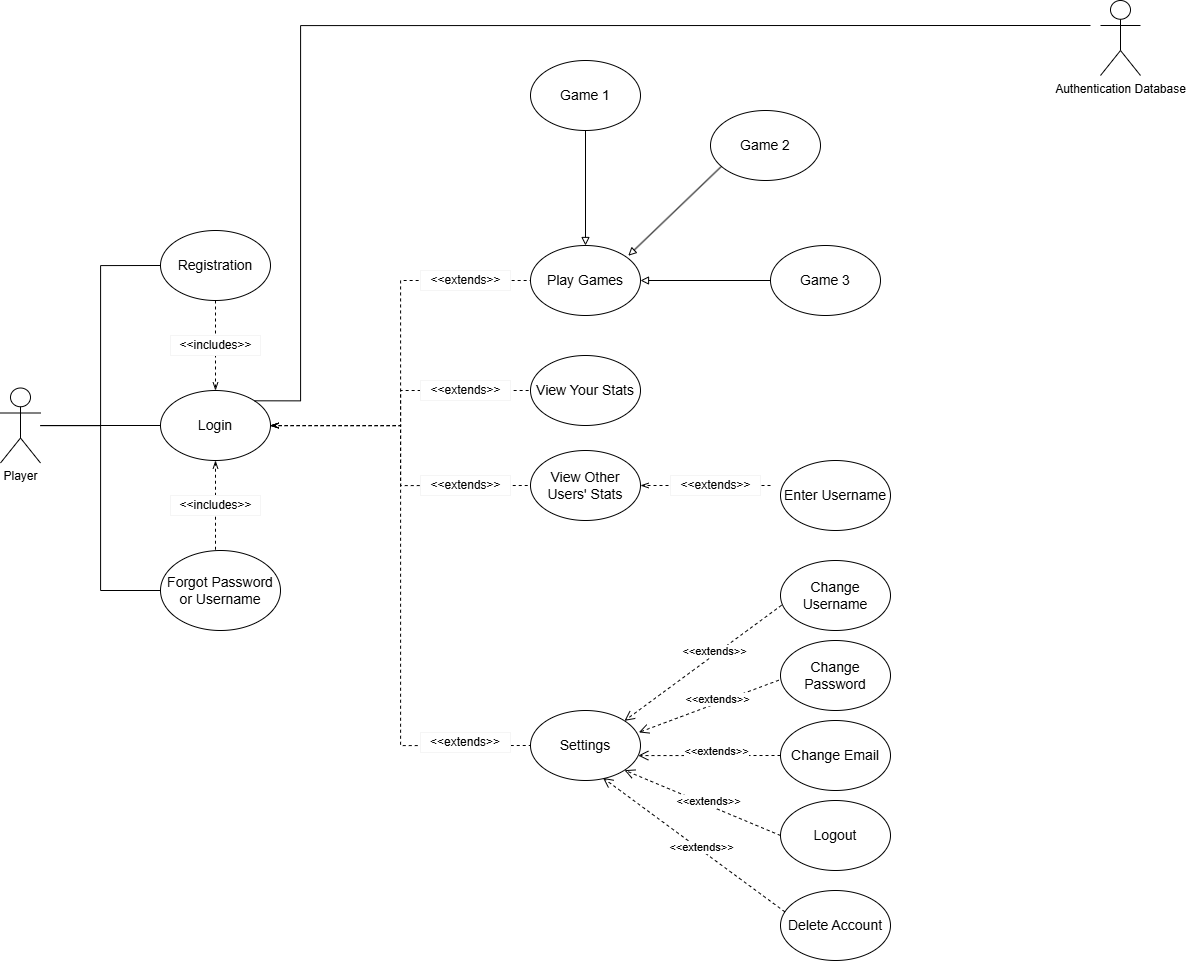
The draw.io diagram use_case_diagram.drawio.png in farshadislam/Socketed-Multigame-GUI, before a commit. Source tidied: cells renumbered, new cells last; positions are measured from the earlier drawing's top-left corner, leaving out a move shared by most shapes.
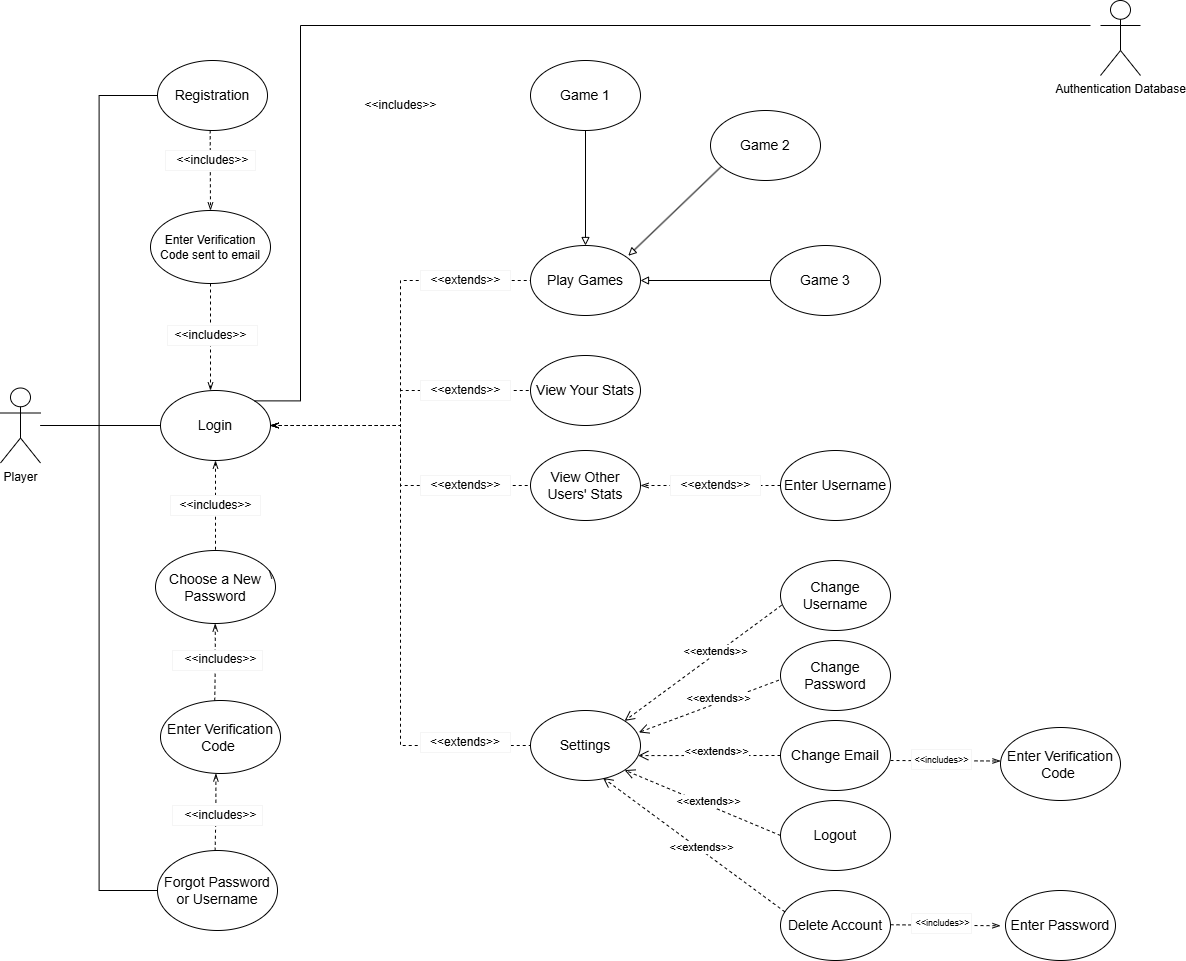
After the change.

Commit message:
Edited the use case diagram with new use cases

Change to the diagram source:
```diff
@@ -29,33 +29,23 @@
     <mxCell id="10" value="&lt;font style=&quot;font-size: 14px;&quot;&gt;Login&lt;/font&gt;" style="ellipse;whiteSpace=wrap;html=1;" parent="1" vertex="1">
       <mxGeometry x="160" y="390" width="110" height="70" as="geometry" />
     </mxCell>
-    <mxCell id="11" style="edgeStyle=orthogonalEdgeStyle;rounded=0;jettySize=auto;html=1;endArrow=openThin;endFill=0;dashed=1;" parent="1" edge="1" source="12" target="10">
-      <mxGeometry relative="1" as="geometry" />
+    <mxCell id="11" style="edgeStyle=orthogonalEdgeStyle;rounded=0;jettySize=auto;html=1;endArrow=openThin;endFill=0;dashed=1;" parent="1" edge="1" source="62">
+      <mxGeometry relative="1" as="geometry">
+        <mxPoint x="210" y="390" as="targetPoint" />
+      </mxGeometry>
     </mxCell>
     <mxCell id="12" value="&lt;font style=&quot;font-size: 14px;&quot;&gt;Registration&lt;/font&gt;" style="ellipse;whiteSpace=wrap;html=1;" parent="1" vertex="1">
-      <mxGeometry x="160" y="230" width="110" height="70" as="geometry" />
+      <mxGeometry x="157" y="60" width="110" height="70" as="geometry" />
     </mxCell>
     <mxCell id="13" value="&lt;font style=&quot;font-size: 14px;&quot;&gt;Forgot Password or Username&lt;/font&gt;" style="ellipse;whiteSpace=wrap;html=1;" parent="1" vertex="1">
-      <mxGeometry x="160" y="550" width="120" height="80" as="geometry" />
+      <mxGeometry x="157" y="850" width="120" height="80" as="geometry" />
     </mxCell>
-    <mxCell id="14" style="rounded=0;whiteSpace=wrap;html=1;shadow=0;fillColor=light-dark(#FFFFFF,var(--ge-dark-color, #121212));strokeColor=light-dark(#F5F5F5,#FFFFFF);" parent="1" vertex="1">
-      <mxGeometry x="170" y="335" width="90" height="20" as="geometry" />
-    </mxCell>
-    <mxCell id="15" value="&amp;lt;&amp;lt;includes&amp;gt;&amp;gt;" style="text;html=1;align=center;verticalAlign=middle;strokeColor=none;fillColor=none;" parent="1" vertex="1">
-      <mxGeometry x="165" y="330" width="100" height="30" as="geometry" />
-    </mxCell>
     <mxCell id="16" style="edgeStyle=orthogonalEdgeStyle;rounded=0;orthogonalLoop=1;jettySize=auto;html=1;endArrow=none;endFill=0;dashed=1;startArrow=openThin;startFill=0;" parent="1" edge="1">
       <mxGeometry relative="1" as="geometry">
         <mxPoint x="215" y="460" as="sourcePoint" />
         <mxPoint x="215" y="550" as="targetPoint" />
       </mxGeometry>
     </mxCell>
-    <mxCell id="17" style="rounded=0;whiteSpace=wrap;html=1;shadow=0;fillColor=light-dark(#FFFFFF,var(--ge-dark-color, #121212));strokeColor=light-dark(#F5F5F5,#FFFFFF);" parent="1" vertex="1">
-      <mxGeometry x="170" y="495" width="90" height="20" as="geometry" />
-    </mxCell>
-    <mxCell id="18" value="&amp;lt;&amp;lt;includes&amp;gt;&amp;gt;" style="text;html=1;align=center;verticalAlign=middle;strokeColor=none;fillColor=none;" parent="1" vertex="1">
-      <mxGeometry x="165" y="490" width="100" height="30" as="geometry" />
-    </mxCell>
     <mxCell id="19" style="edgeStyle=orthogonalEdgeStyle;rounded=0;jettySize=auto;html=1;entryX=0.5;entryY=1;entryDx=0;entryDy=0;endArrow=none;startFill=0;startArrow=block;" parent="1" edge="1" source="20" target="31">
       <mxGeometry relative="1" as="geometry" />
     </mxCell>
@@ -124,9 +114,8 @@
     <mxCell id="38" value="&lt;span style=&quot;font-size: 14px;&quot;&gt;Change Username&lt;/span&gt;" style="ellipse;whiteSpace=wrap;html=1;" parent="1" vertex="1">
       <mxGeometry x="780" y="560" width="110" height="70" as="geometry" />
     </mxCell>
-    <mxCell id="39" style="edgeStyle=orthogonalEdgeStyle;rounded=0;orthogonalLoop=1;jettySize=auto;html=1;entryX=1;entryY=0.5;entryDx=0;entryDy=0;dashed=1;endArrow=openThin;startFill=0;startArrow=none;endFill=0;" parent="1" edge="1">
+    <mxCell id="39" style="edgeStyle=orthogonalEdgeStyle;rounded=0;jettySize=auto;html=1;entryX=1;entryY=0.5;entryDx=0;entryDy=0;dashed=1;endArrow=openThin;startFill=0;startArrow=none;endFill=0;exitX=0;exitY=0.5;exitDx=0;exitDy=0;" parent="1" edge="1" source="42">
       <mxGeometry relative="1" as="geometry">
-        <mxPoint x="770" y="485" as="sourcePoint" />
         <mxPoint x="640" y="485" as="targetPoint" />
       </mxGeometry>
     </mxCell>
@@ -137,7 +126,7 @@
       <mxGeometry x="670" y="470" width="90" height="30" as="geometry" />
     </mxCell>
     <mxCell id="42" value="&lt;span style=&quot;font-size: 14px;&quot;&gt;Enter Username&lt;/span&gt;" style="ellipse;whiteSpace=wrap;html=1;" parent="1" vertex="1">
-      <mxGeometry x="780" y="460" width="110" height="70" as="geometry" />
+      <mxGeometry x="780" y="450" width="110" height="70" as="geometry" />
     </mxCell>
     <mxCell id="43" value="&amp;lt;&amp;lt;extends&amp;gt;&amp;gt;" style="html=1;verticalAlign=bottom;endArrow=open;dashed=1;endSize=8;curved=0;rounded=0;exitX=0.01;exitY=0.639;exitDx=0;exitDy=0;entryX=1;entryY=0;entryDx=0;entryDy=0;exitPerimeter=0;" parent="1" edge="1" source="38" target="23">
       <mxGeometry x="-0.11" y="5" relative="1" as="geometry" />
@@ -166,5 +155,106 @@
     <mxCell id="51" value="&amp;lt;&amp;lt;extends&amp;gt;&amp;gt;" style="html=1;verticalAlign=bottom;endArrow=open;dashed=1;endSize=8;curved=0;rounded=0;exitX=0.041;exitY=0.306;exitDx=0;exitDy=0;entryX=0.659;entryY=0.963;entryDx=0;entryDy=0;entryPerimeter=0;exitPerimeter=0;" parent="1" edge="1" source="50" target="23">
       <mxGeometry x="-0.11" y="5" relative="1" as="geometry" />
     </mxCell>
+    <mxCell id="52" style="edgeStyle=orthogonalEdgeStyle;rounded=0;jettySize=auto;html=1;exitX=1;exitY=1;exitDx=0;exitDy=0;" parent="1" edge="1" source="53">
+      <mxGeometry relative="1" as="geometry">
+        <mxPoint x="262.8" y="740" as="targetPoint" />
+      </mxGeometry>
+    </mxCell>
+    <mxCell id="53" value="&lt;font style=&quot;font-size: 14px;&quot;&gt;Enter Verification Code&amp;nbsp;&lt;/font&gt;" style="ellipse;whiteSpace=wrap;html=1;" parent="1" vertex="1">
+      <mxGeometry x="160" y="700" width="120" height="73" as="geometry" />
+    </mxCell>
+    <mxCell id="54" value="&lt;font style=&quot;font-size: 14px;&quot;&gt;Choose a New Password&lt;/font&gt;" style="ellipse;whiteSpace=wrap;html=1;" parent="1" vertex="1">
+      <mxGeometry x="155" y="550" width="120" height="73" as="geometry" />
+    </mxCell>
+    <mxCell id="55" style="edgeStyle=orthogonalEdgeStyle;rounded=0;jettySize=auto;html=1;endArrow=none;endFill=0;dashed=1;startArrow=openThin;startFill=0;entryX=0.452;entryY=0;entryDx=0;entryDy=0;entryPerimeter=0;" parent="1" edge="1" target="53">
+      <mxGeometry relative="1" as="geometry">
+        <mxPoint x="214.8" y="623" as="sourcePoint" />
+        <Array as="points">
+          <mxPoint x="215" y="663" />
+          <mxPoint x="214" y="663" />
+        </Array>
+      </mxGeometry>
+    </mxCell>
+    <mxCell id="56" value="\" style="text;html=1;align=center;verticalAlign=middle;strokeColor=none;fillColor=none;" parent="1" vertex="1">
+      <mxGeometry x="255" y="560" width="30" height="30" as="geometry" />
+    </mxCell>
+    <mxCell id="17" style="rounded=0;whiteSpace=wrap;html=1;shadow=0;fillColor=light-dark(#FFFFFF,var(--ge-dark-color, #121212));strokeColor=light-dark(#F5F5F5,#FFFFFF);" parent="1" vertex="1">
+      <mxGeometry x="170" y="495" width="90" height="20" as="geometry" />
+    </mxCell>
+    <mxCell id="18" value="&amp;lt;&amp;lt;includes&amp;gt;&amp;gt;" style="text;html=1;align=center;verticalAlign=middle;strokeColor=none;fillColor=none;" parent="1" vertex="1">
+      <mxGeometry x="165" y="490" width="100" height="30" as="geometry" />
+    </mxCell>
+    <mxCell id="57" style="rounded=0;whiteSpace=wrap;html=1;shadow=0;fillColor=light-dark(#FFFFFF,var(--ge-dark-color, #121212));strokeColor=light-dark(#F5F5F5,#FFFFFF);" parent="1" vertex="1">
+      <mxGeometry x="172" y="650" width="90" height="20" as="geometry" />
+    </mxCell>
+    <mxCell id="58" value="&amp;lt;&amp;lt;includes&amp;gt;&amp;gt;" style="text;html=1;align=center;verticalAlign=middle;strokeColor=none;fillColor=none;" parent="1" vertex="1">
+      <mxGeometry x="170" y="644" width="100" height="30" as="geometry" />
+    </mxCell>
+    <mxCell id="59" style="edgeStyle=orthogonalEdgeStyle;rounded=0;orthogonalLoop=1;jettySize=auto;html=1;endArrow=none;endFill=0;dashed=1;startArrow=openThin;startFill=0;entryX=0.452;entryY=0;entryDx=0;entryDy=0;entryPerimeter=0;" parent="1" edge="1">
+      <mxGeometry relative="1" as="geometry">
+        <mxPoint x="215.4" y="773" as="sourcePoint" />
+        <mxPoint x="214.6" y="850" as="targetPoint" />
+        <Array as="points">
+          <mxPoint x="215.6" y="813" />
+          <mxPoint x="214.6" y="813" />
+        </Array>
+      </mxGeometry>
+    </mxCell>
+    <mxCell id="60" value="&lt;font style=&quot;font-size: 14px;&quot;&gt;Enter Verification Code&amp;nbsp;&lt;/font&gt;" style="ellipse;whiteSpace=wrap;html=1;" parent="1" vertex="1">
+      <mxGeometry x="1000" y="727" width="120" height="73" as="geometry" />
+    </mxCell>
+    <mxCell id="61" style="edgeStyle=orthogonalEdgeStyle;rounded=0;jettySize=auto;html=1;endArrow=openThin;endFill=0;dashed=1;entryX=0.5;entryY=0;entryDx=0;entryDy=0;exitX=0.479;exitY=0.997;exitDx=0;exitDy=0;exitPerimeter=0;" parent="1" edge="1" source="12" target="62">
+      <mxGeometry relative="1" as="geometry" />
+    </mxCell>
+    <mxCell id="62" value="&lt;font style=&quot;font-size: 12px;&quot;&gt;Enter Verification Code sent to email&lt;/font&gt;" style="ellipse;whiteSpace=wrap;html=1;" parent="1" vertex="1">
+      <mxGeometry x="150" y="210" width="120" height="73" as="geometry" />
+    </mxCell>
+    <mxCell id="63" value="&amp;lt;&amp;lt;includes&amp;gt;&amp;gt;" style="text;html=1;align=center;verticalAlign=middle;strokeColor=none;fillColor=none;" parent="1" vertex="1">
+      <mxGeometry x="350" y="90" width="100" height="30" as="geometry" />
+    </mxCell>
+    <mxCell id="64" style="rounded=0;whiteSpace=wrap;html=1;shadow=0;fillColor=light-dark(#FFFFFF,var(--ge-dark-color, #121212));strokeColor=light-dark(#F5F5F5,#FFFFFF);" parent="1" vertex="1">
+      <mxGeometry x="167" y="325" width="90" height="20" as="geometry" />
+    </mxCell>
+    <mxCell id="15" value="&amp;lt;&amp;lt;includes&amp;gt;&amp;gt;" style="text;html=1;align=center;verticalAlign=middle;strokeColor=none;fillColor=none;" parent="1" vertex="1">
+      <mxGeometry x="160" y="320" width="100" height="30" as="geometry" />
+    </mxCell>
+    <mxCell id="14" style="rounded=0;whiteSpace=wrap;html=1;shadow=0;fillColor=light-dark(#FFFFFF,var(--ge-dark-color, #121212));strokeColor=light-dark(#F5F5F5,#FFFFFF);" parent="1" vertex="1">
+      <mxGeometry x="165" y="150" width="90" height="20" as="geometry" />
+    </mxCell>
+    <mxCell id="65" value="&amp;lt;&amp;lt;includes&amp;gt;&amp;gt;" style="text;html=1;align=center;verticalAlign=middle;strokeColor=none;fillColor=none;" parent="1" vertex="1">
+      <mxGeometry x="162" y="145" width="100" height="30" as="geometry" />
+    </mxCell>
+    <mxCell id="66" style="rounded=0;whiteSpace=wrap;html=1;shadow=0;fillColor=light-dark(#FFFFFF,var(--ge-dark-color, #121212));strokeColor=light-dark(#F5F5F5,#FFFFFF);" parent="1" vertex="1">
+      <mxGeometry x="172" y="805" width="90" height="20" as="geometry" />
+    </mxCell>
+    <mxCell id="67" value="&amp;lt;&amp;lt;includes&amp;gt;&amp;gt;" style="text;html=1;align=center;verticalAlign=middle;strokeColor=none;fillColor=none;" parent="1" vertex="1">
+      <mxGeometry x="170" y="800" width="100" height="30" as="geometry" />
+    </mxCell>
+    <mxCell id="68" style="edgeStyle=orthogonalEdgeStyle;rounded=0;jettySize=auto;html=1;endArrow=openThin;endFill=0;dashed=1;entryX=0;entryY=0.459;entryDx=0;entryDy=0;entryPerimeter=0;" parent="1" edge="1" target="60">
+      <mxGeometry relative="1" as="geometry">
+        <mxPoint x="890" y="760" as="sourcePoint" />
+      </mxGeometry>
+    </mxCell>
+    <mxCell id="69" style="rounded=0;whiteSpace=wrap;html=1;shadow=0;fillColor=light-dark(#FFFFFF,var(--ge-dark-color, #121212));strokeColor=light-dark(#F5F5F5,#FFFFFF);" parent="1" vertex="1">
+      <mxGeometry x="911" y="749" width="60" height="20" as="geometry" />
+    </mxCell>
+    <mxCell id="70" value="&lt;font style=&quot;font-size: 9px;&quot;&gt;&amp;lt;&amp;lt;includes&amp;gt;&amp;gt;&lt;/font&gt;" style="text;html=1;align=center;verticalAlign=middle;strokeColor=none;fillColor=none;" parent="1" vertex="1">
+      <mxGeometry x="901" y="744" width="80" height="30" as="geometry" />
+    </mxCell>
+    <mxCell id="71" value="&lt;span style=&quot;font-size: 14px;&quot;&gt;Enter Password&lt;/span&gt;" style="ellipse;whiteSpace=wrap;html=1;" parent="1" vertex="1">
+      <mxGeometry x="1005" y="890" width="110" height="70" as="geometry" />
+    </mxCell>
+    <mxCell id="72" style="edgeStyle=orthogonalEdgeStyle;rounded=0;orthogonalLoop=1;jettySize=auto;html=1;endArrow=openThin;endFill=0;dashed=1;entryX=0;entryY=0.459;entryDx=0;entryDy=0;entryPerimeter=0;" parent="1" edge="1">
+      <mxGeometry relative="1" as="geometry">
+        <mxPoint x="890" y="924.2" as="sourcePoint" />
+        <mxPoint x="1000" y="925.2" as="targetPoint" />
+      </mxGeometry>
+    </mxCell>
+    <mxCell id="73" style="rounded=0;whiteSpace=wrap;html=1;shadow=0;fillColor=light-dark(#FFFFFF,var(--ge-dark-color, #121212));strokeColor=light-dark(#F5F5F5,#FFFFFF);" parent="1" vertex="1">
+      <mxGeometry x="911" y="913" width="60" height="20" as="geometry" />
+    </mxCell>
+    <mxCell id="74" value="&lt;font style=&quot;font-size: 9px;&quot;&gt;&amp;lt;&amp;lt;includes&amp;gt;&amp;gt;&lt;/font&gt;" style="text;html=1;align=center;verticalAlign=middle;strokeColor=none;fillColor=none;" parent="1" vertex="1">
+      <mxGeometry x="902" y="907" width="80" height="30" as="geometry" />
+    </mxCell>
   </root>
 </mxGraphModel>
```
